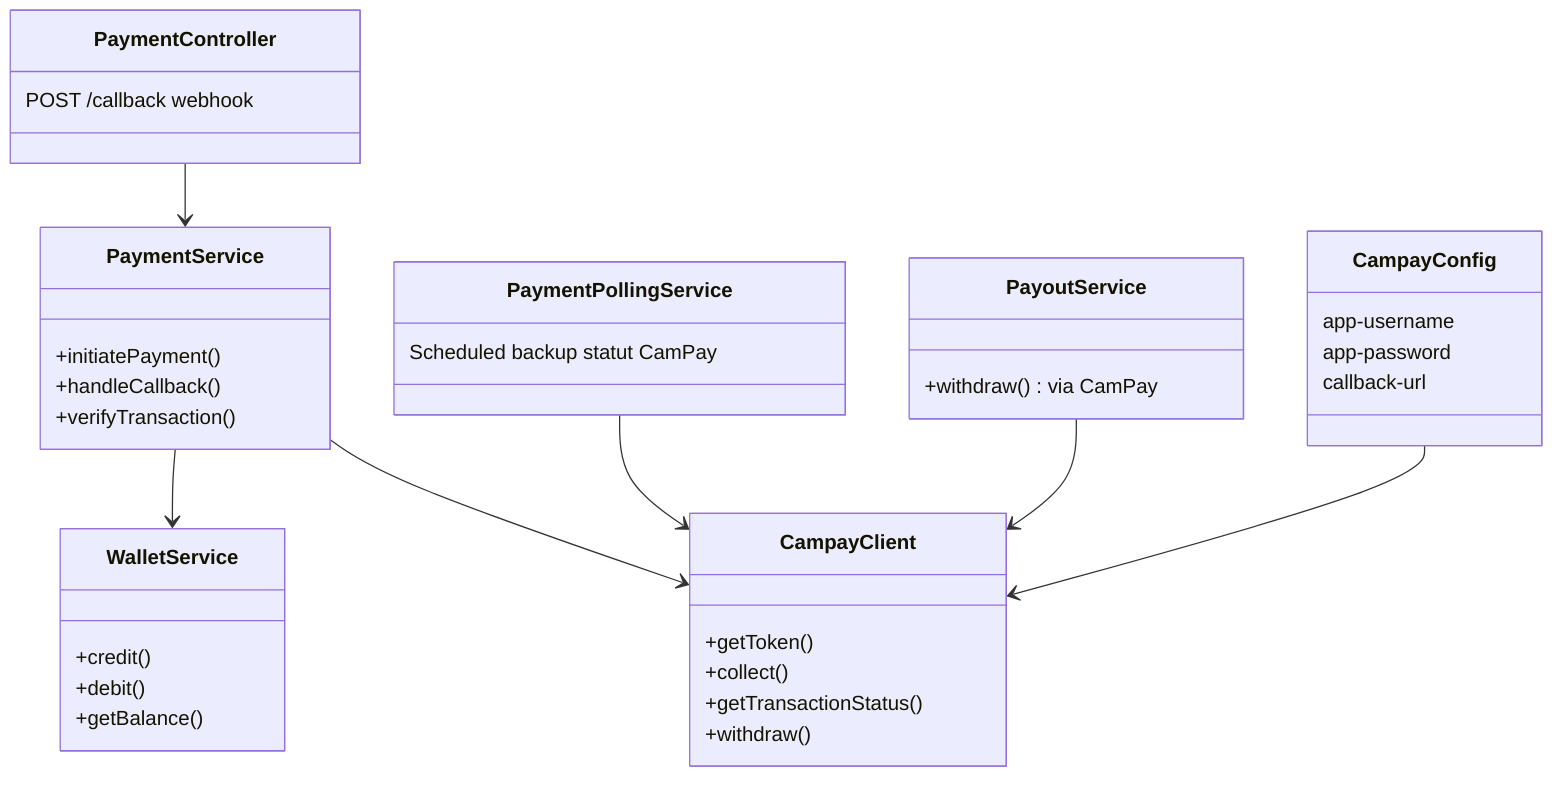
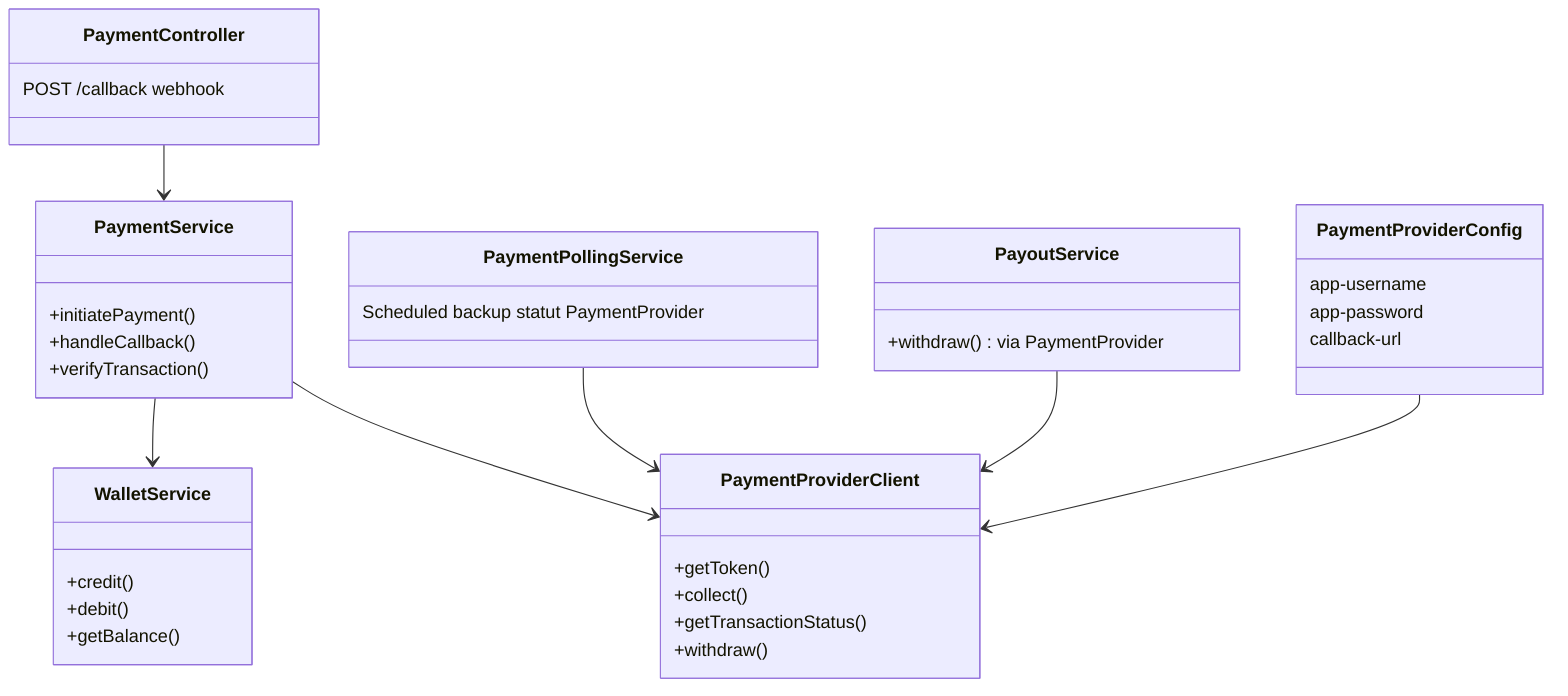
classDiagram
    class PaymentService {
        +initiatePayment()
        +handleCallback()
        +verifyTransaction()
    }

    class WalletService {
        +credit()
        +debit()
        +getBalance()
    }

    class PaymentPollingService {
-         Scheduled backup statut CamPay
+         Scheduled backup statut PaymentProvider
    }

    class PayoutService {
-         +withdraw() via CamPay
+         +withdraw() via PaymentProvider
    }

-     class CampayClient {
+     class PaymentProviderClient {
        +getToken()
        +collect()
        +getTransactionStatus()
        +withdraw()
    }

-     class CampayConfig {
+     class PaymentProviderConfig {
        app-username
        app-password
        callback-url
    }

    class PaymentController {
        POST /callback webhook
    }

    PaymentController --> PaymentService
-     PaymentService --> CampayClient
-     PaymentPollingService --> CampayClient
-     PayoutService --> CampayClient
-     CampayConfig --> CampayClient
+     PaymentService --> PaymentProviderClient
+     PaymentPollingService --> PaymentProviderClient
+     PayoutService --> PaymentProviderClient
+     PaymentProviderConfig --> PaymentProviderClient
    PaymentService --> WalletService
